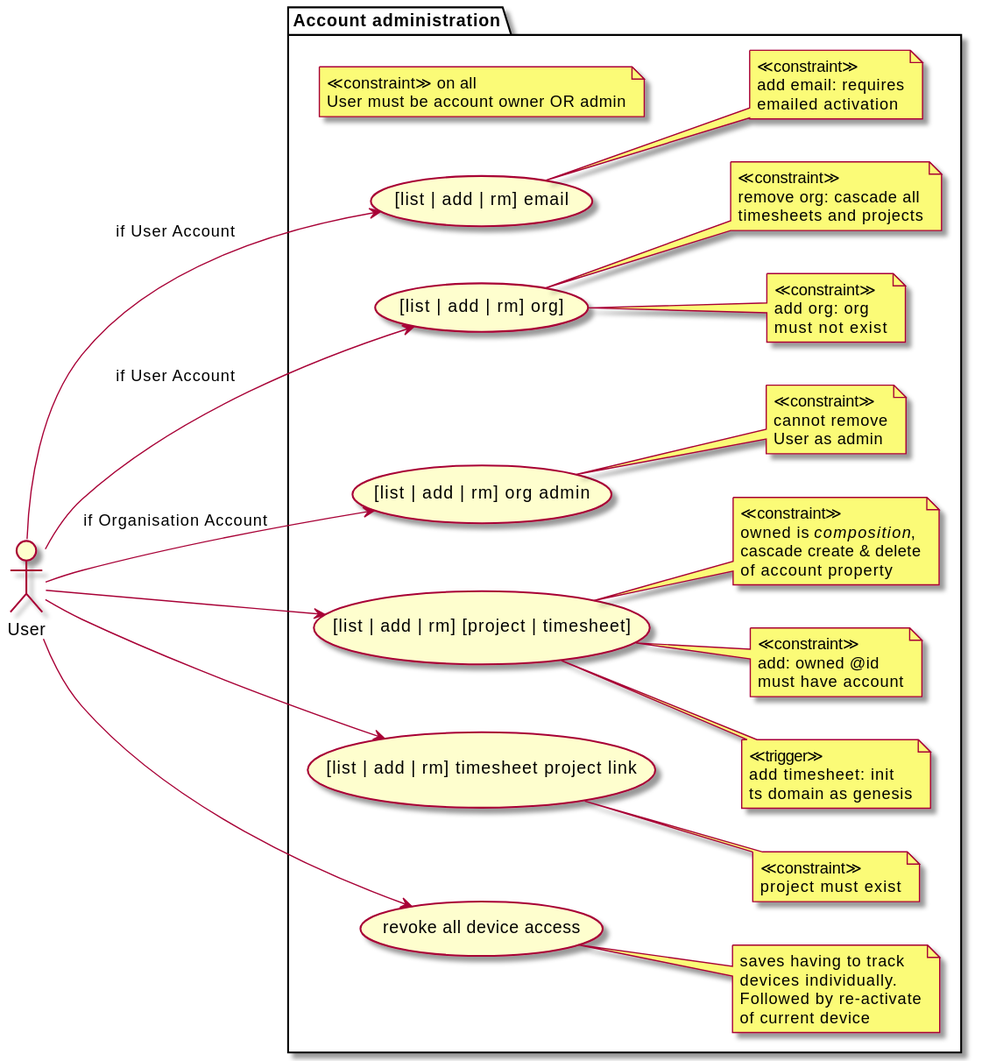
This is architecture/use-case/img/administration.use-case.svg from m-ld/timeld, a PlantUML export, as it was before one commit.
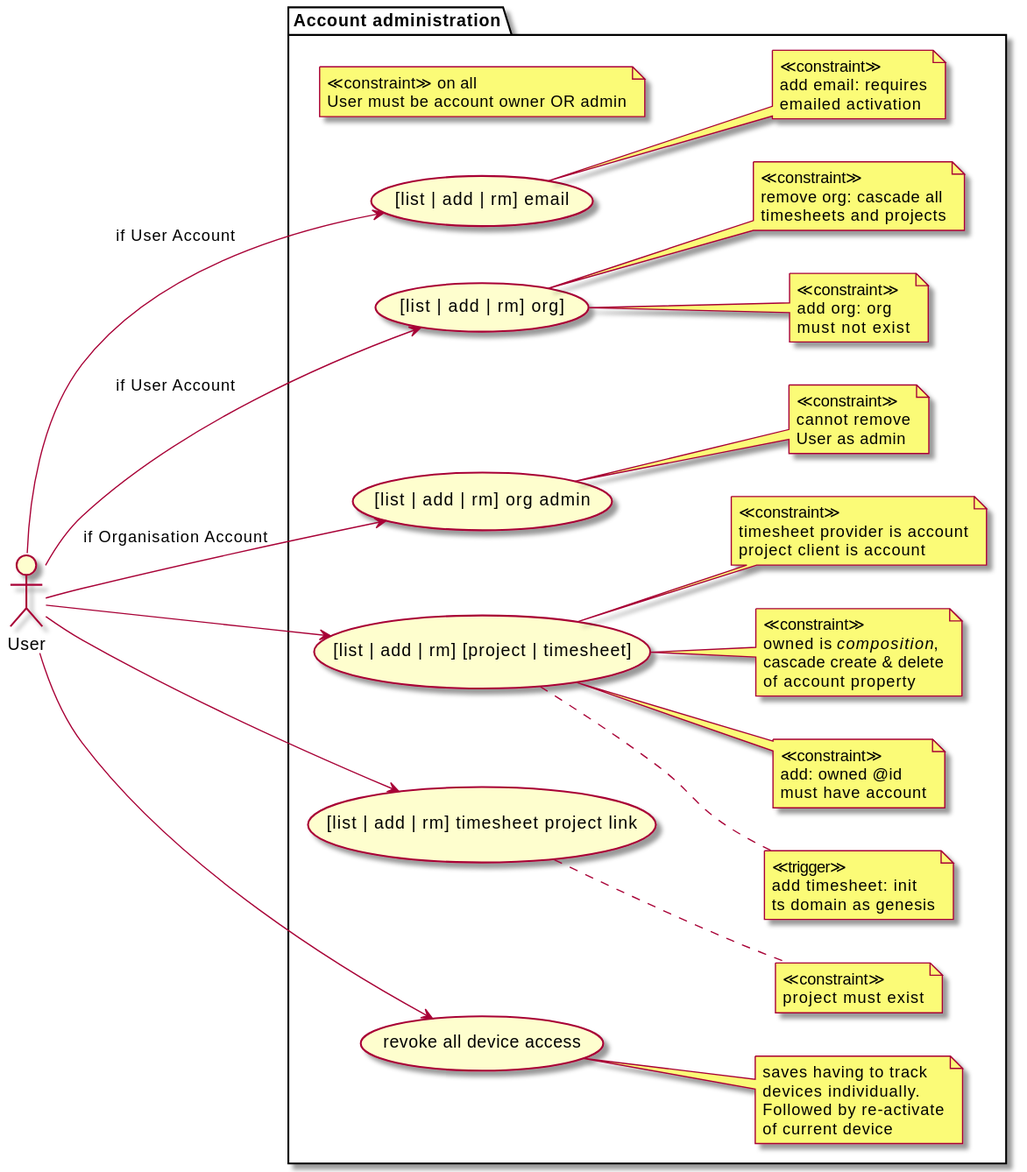
Above is the later version.

What changed in the source:
```diff
@@ -51,6 +51,11 @@
     cascade create & delete
     of account property
   end note
+  note right of ownedAdmin
+    ≪constraint≫
+    timesheet provider is account
+    project client is account
+  end note
 
   User --> ([list | add | rm] timesheet project link)
   note right
```
